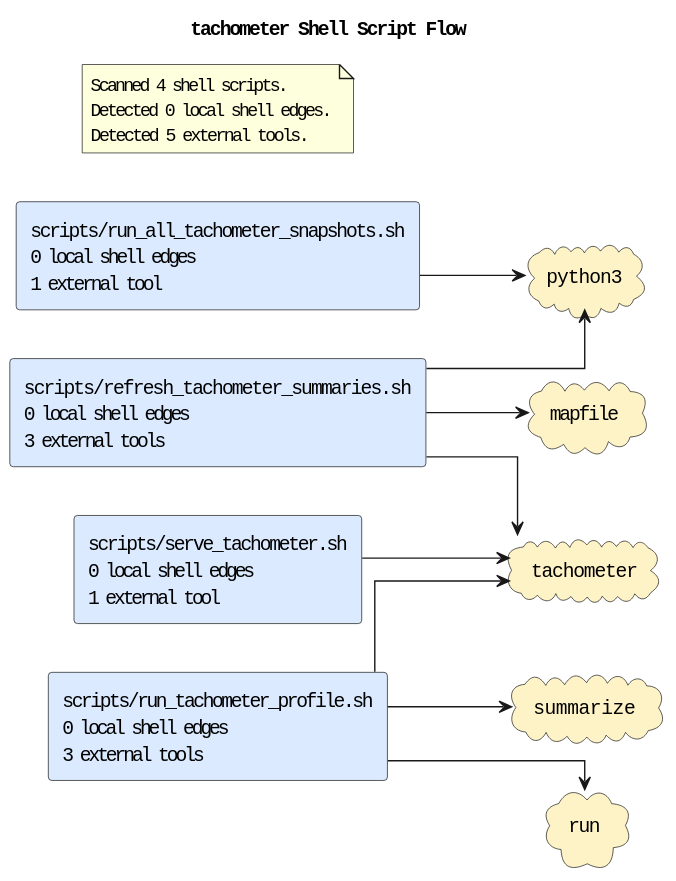
casonk/tachometer keeps this PlantUML diagram as docs/diagrams/shell-call-graph.puml.svg. Above is the earlier version.
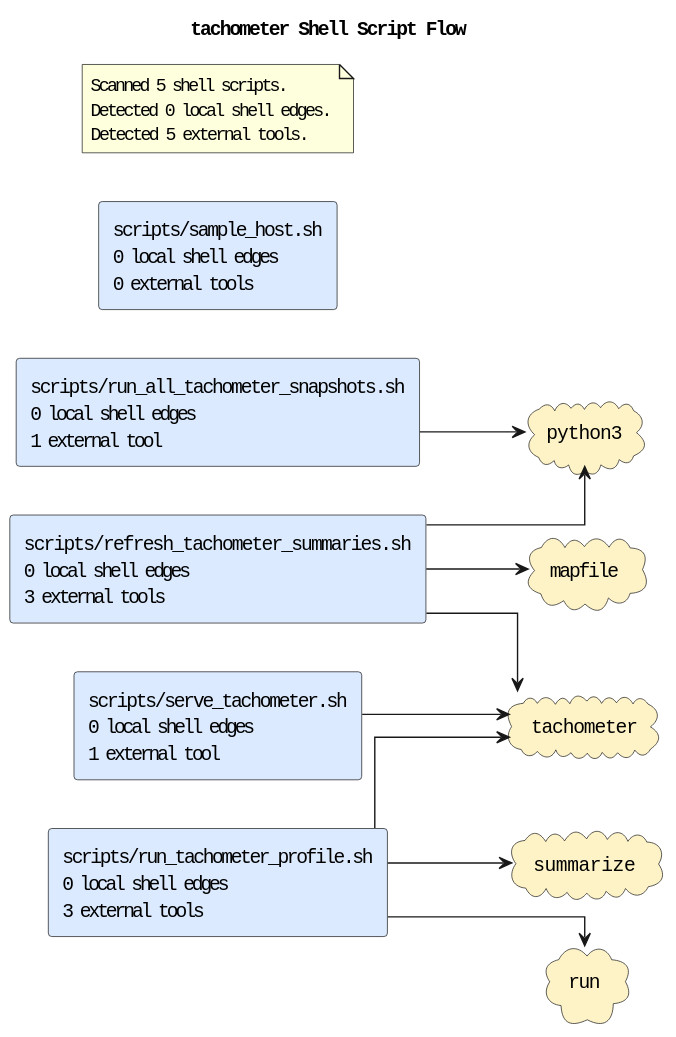
The same diagram one commit later.

The edit, as a diff of the source:
```diff
@@ -8,6 +8,7 @@
 rectangle "scripts/refresh_tachometer_summaries.sh\n0 local shell edges\n3 external tools" as shell_scripts_refresh_tachometer_summaries_sh #DBEAFE
 rectangle "scripts/run_all_tachometer_snapshots.sh\n0 local shell edges\n1 external tool" as shell_scripts_run_all_tachometer_snapshots_sh #DBEAFE
 rectangle "scripts/run_tachometer_profile.sh\n0 local shell edges\n3 external tools" as shell_scripts_run_tachometer_profile_sh #DBEAFE
+rectangle "scripts/sample_host.sh\n0 local shell edges\n0 external tools" as shell_scripts_sample_host_sh #DBEAFE
 rectangle "scripts/serve_tachometer.sh\n0 local shell edges\n1 external tool" as shell_scripts_serve_tachometer_sh #DBEAFE
 cloud "mapfile" as tool_mapfile #FEF3C7
 cloud "python3" as tool_python3 #FEF3C7
@@ -23,7 +24,7 @@
 shell_scripts_run_tachometer_profile_sh --> tool_tachometer
 shell_scripts_serve_tachometer_sh --> tool_tachometer
 note as shellGraphSummary
-Scanned 4 shell scripts.
+Scanned 5 shell scripts.
 Detected 0 local shell edges.
 Detected 5 external tools.
 end note
```
